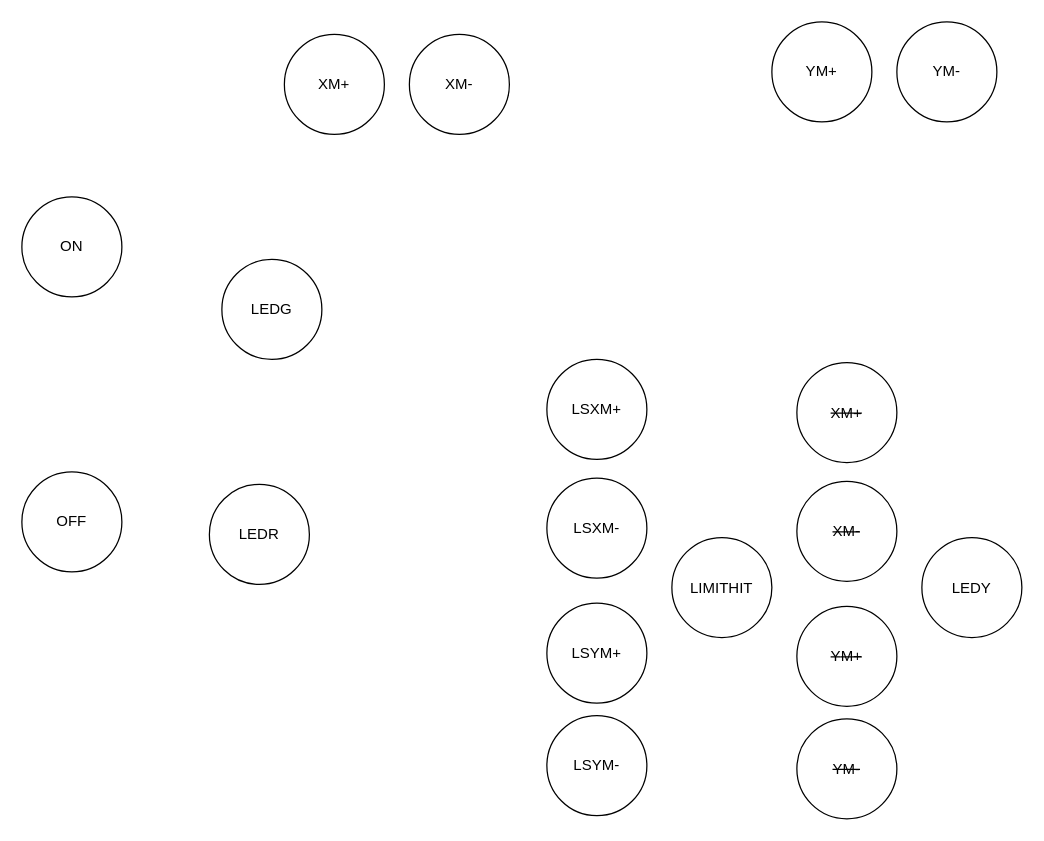
Earlier version of the draw.io diagram BasicCNCStateDiagramXY.drawio (lspark11/ENME-533-Project). Source tidied: cells renumbered, new cells numbered last; positions are measured from the earlier drawing's top-left corner, leaving out a move shared by most shapes. Both pictures are drawn from the tidied source at 125%, with x=0, y=0 at pixel (21, 21).
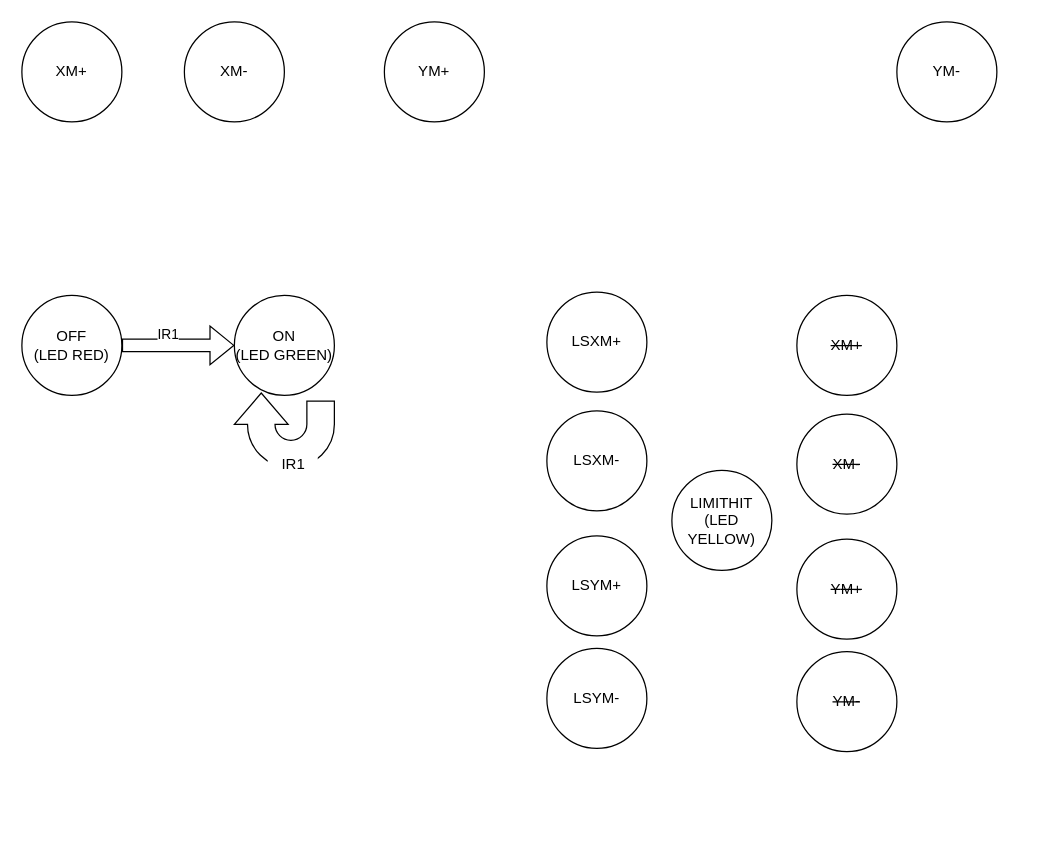
The same page after the edit.

The edit, as a diff of the source:
```diff
@@
     <mxCell id="2" value="XM+" style="ellipse;whiteSpace=wrap;html=1;" parent="1" vertex="1">
-      <mxGeometry x="210" y="10" width="80" height="80" as="geometry" />
+      <mxGeometry width="80" height="80" as="geometry" />
     </mxCell>
@@
     <mxCell id="4" value="&lt;strike&gt;XM-&lt;/strike&gt;" style="ellipse;whiteSpace=wrap;html=1;" parent="1" vertex="1">
-      <mxGeometry x="620" y="367.5" width="80" height="80" as="geometry" />
+      <mxGeometry x="620" y="313.8" width="80" height="80" as="geometry" />
     </mxCell>
     <mxCell id="5" value="Y&lt;span style=&quot;background-color: transparent; color: light-dark(rgb(0, 0, 0), rgb(255, 255, 255));&quot;&gt;M+&lt;/span&gt;" style="ellipse;whiteSpace=wrap;html=1;" parent="1" vertex="1">
-      <mxGeometry x="600" width="80" height="80" as="geometry" />
+      <mxGeometry x="290" width="80" height="80" as="geometry" />
     </mxCell>
-    <mxCell id="6" value="ON" style="ellipse;whiteSpace=wrap;html=1;" parent="1" vertex="1">
-      <mxGeometry y="140" width="80" height="80" as="geometry" />
+    <mxCell id="6" value="ON&lt;div&gt;(LED GREEN)&lt;/div&gt;" style="ellipse;whiteSpace=wrap;html=1;" parent="1" vertex="1">
+      <mxGeometry x="170" y="218.8" width="80" height="80" as="geometry" />
     </mxCell>
-    <mxCell id="7" value="OFF" style="ellipse;whiteSpace=wrap;html=1;" parent="1" vertex="1">
-      <mxGeometry y="360" width="80" height="80" as="geometry" />
+    <mxCell id="7" value="OFF&lt;div&gt;(LED RED)&lt;/div&gt;" style="ellipse;whiteSpace=wrap;html=1;" parent="1" vertex="1">
+      <mxGeometry y="218.8" width="80" height="80" as="geometry" />
     </mxCell>
-    <mxCell id="8" value="LIMITHIT" style="ellipse;whiteSpace=wrap;html=1;" parent="1" vertex="1">
-      <mxGeometry x="520" y="412.5" width="80" height="80" as="geometry" />
+    <mxCell id="8" value="LIMITHIT&lt;div&gt;(LED YELLOW)&lt;/div&gt;" style="ellipse;whiteSpace=wrap;html=1;" parent="1" vertex="1">
+      <mxGeometry x="520" y="358.8" width="80" height="80" as="geometry" />
     </mxCell>
     <mxCell id="9" value="&lt;strike&gt;XM+&lt;/strike&gt;" style="ellipse;whiteSpace=wrap;html=1;" parent="1" vertex="1">
-      <mxGeometry x="620" y="272.5" width="80" height="80" as="geometry" />
+      <mxGeometry x="620" y="218.8" width="80" height="80" as="geometry" />
     </mxCell>
     <mxCell id="10" value="XM-" style="ellipse;whiteSpace=wrap;html=1;" parent="1" vertex="1">
-      <mxGeometry x="310" y="10" width="80" height="80" as="geometry" />
+      <mxGeometry x="130" width="80" height="80" as="geometry" />
     </mxCell>
     <mxCell id="11" value="&lt;strike&gt;Y&lt;span style=&quot;background-color: transparent; color: light-dark(rgb(0, 0, 0), rgb(255, 255, 255));&quot;&gt;M+&lt;/span&gt;&lt;/strike&gt;" style="ellipse;whiteSpace=wrap;html=1;" parent="1" vertex="1">
-      <mxGeometry x="620" y="467.5" width="80" height="80" as="geometry" />
+      <mxGeometry x="620" y="413.8" width="80" height="80" as="geometry" />
     </mxCell>
     <mxCell id="12" value="&lt;strike&gt;YM-&lt;/strike&gt;" style="ellipse;whiteSpace=wrap;html=1;" parent="1" vertex="1">
-      <mxGeometry x="620" y="557.5" width="80" height="80" as="geometry" />
+      <mxGeometry x="620" y="503.8" width="80" height="80" as="geometry" />
     </mxCell>
     <mxCell id="13" value="LSXM-" style="ellipse;whiteSpace=wrap;html=1;" parent="1" vertex="1">
-      <mxGeometry x="420" y="365" width="80" height="80" as="geometry" />
+      <mxGeometry x="420" y="311.2" width="80" height="80" as="geometry" />
     </mxCell>
     <mxCell id="14" value="LSXM+" style="ellipse;whiteSpace=wrap;html=1;" parent="1" vertex="1">
-      <mxGeometry x="420" y="270" width="80" height="80" as="geometry" />
+      <mxGeometry x="420" y="216.2" width="80" height="80" as="geometry" />
     </mxCell>
     <mxCell id="15" value="LSYM-" style="ellipse;whiteSpace=wrap;html=1;" parent="1" vertex="1">
-      <mxGeometry x="420" y="555" width="80" height="80" as="geometry" />
+      <mxGeometry x="420" y="501.2" width="80" height="80" as="geometry" />
     </mxCell>
     <mxCell id="16" value="LSYM+" style="ellipse;whiteSpace=wrap;html=1;" parent="1" vertex="1">
-      <mxGeometry x="420" y="465" width="80" height="80" as="geometry" />
+      <mxGeometry x="420" y="411.2" width="80" height="80" as="geometry" />
     </mxCell>
-    <mxCell id="17" value="LEDY" style="ellipse;whiteSpace=wrap;html=1;" parent="1" vertex="1">
-      <mxGeometry x="720" y="412.5" width="80" height="80" as="geometry" />
-    </mxCell>
-    <mxCell id="18" value="LEDG" style="ellipse;whiteSpace=wrap;html=1;" parent="1" vertex="1">
-      <mxGeometry x="160" y="190" width="80" height="80" as="geometry" />
-    </mxCell>
-    <mxCell id="19" value="LEDR" style="ellipse;whiteSpace=wrap;html=1;" parent="1" vertex="1">
-      <mxGeometry x="150" y="370" width="80" height="80" as="geometry" />
-    </mxCell>
+    <mxCell id="20" style="shape=flexArrow;endArrow=classic;html=1;rounded=0;exitX=1;exitY=0.5;exitDx=0;exitDy=0;entryX=0;entryY=0.5;entryDx=0;entryDy=0;" parent="1" edge="1" source="7" target="6">
+      <mxGeometry relative="1" as="geometry" />
+    </mxCell>
+    <mxCell id="21" value="IR1" style="edgeLabel;html=1;align=center;verticalAlign=middle;" parent="20" vertex="1">
+      <mxGeometry x="-0.19" relative="1" as="geometry">
+        <mxPoint y="-9" as="offset" />
+      </mxGeometry>
+    </mxCell>
+    <mxCell id="22" style="html=1;shadow=0;dashed=0;align=center;verticalAlign=middle;shape=mxgraph.arrows2.uTurnArrow;dy=11;arrowHead=43;dx2=25;rotation=-90;" parent="1" vertex="1">
+      <mxGeometry x="183.3" y="290" width="53.4" height="80" as="geometry" />
+    </mxCell>
+    <mxCell id="23" value="IR1" style="text;html=1;align=center;verticalAlign=middle;strokeColor=none;fillColor=default;rounded=0;glass=0;" parent="1" vertex="1">
+      <mxGeometry x="196.7" y="338.8" width="40" height="30" as="geometry" />
+    </mxCell>
```
